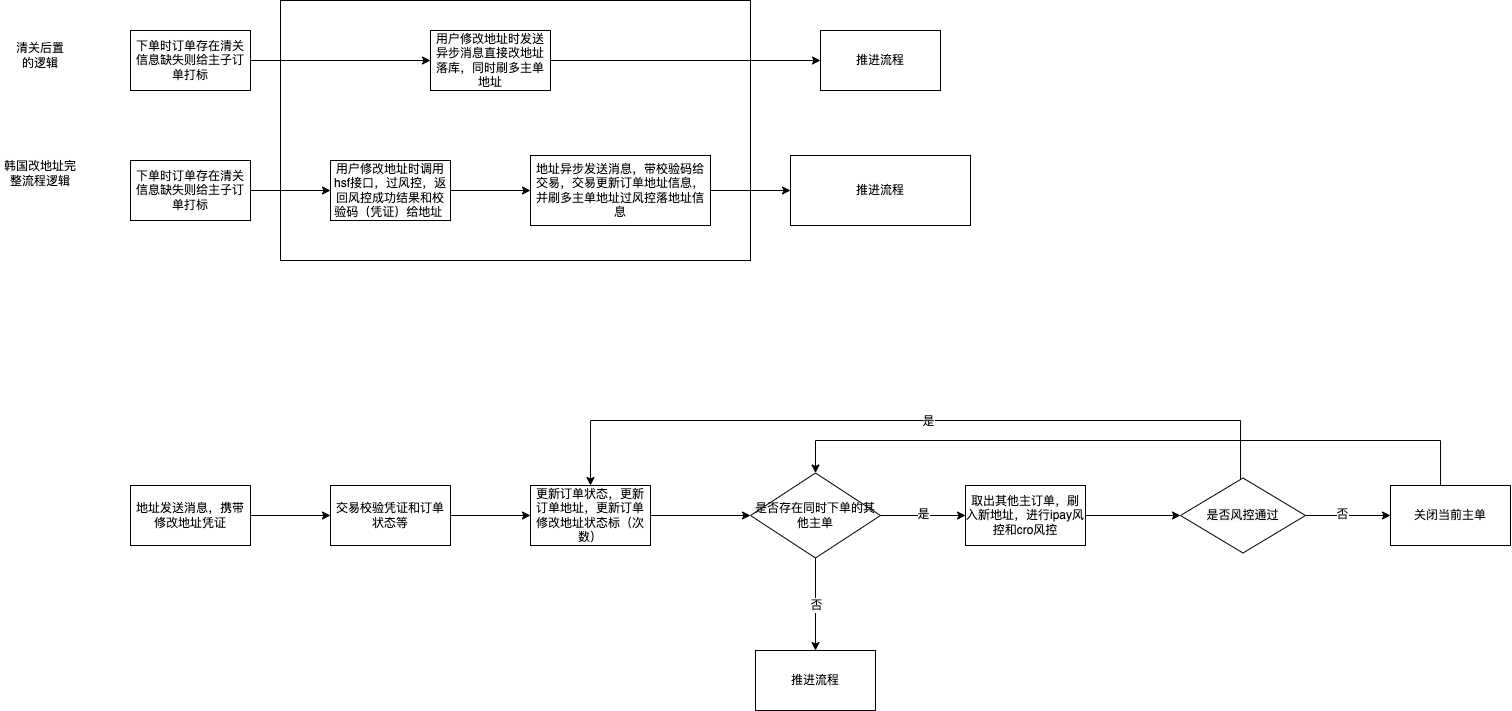
The draw.io diagram aliexpress/changeAddress.png in WAHAHA402/drawIoImages, before a commit. Source tidied: cells renumbered, new cells last; positions are measured from the earlier drawing's top-left corner, leaving out a move shared by most shapes.
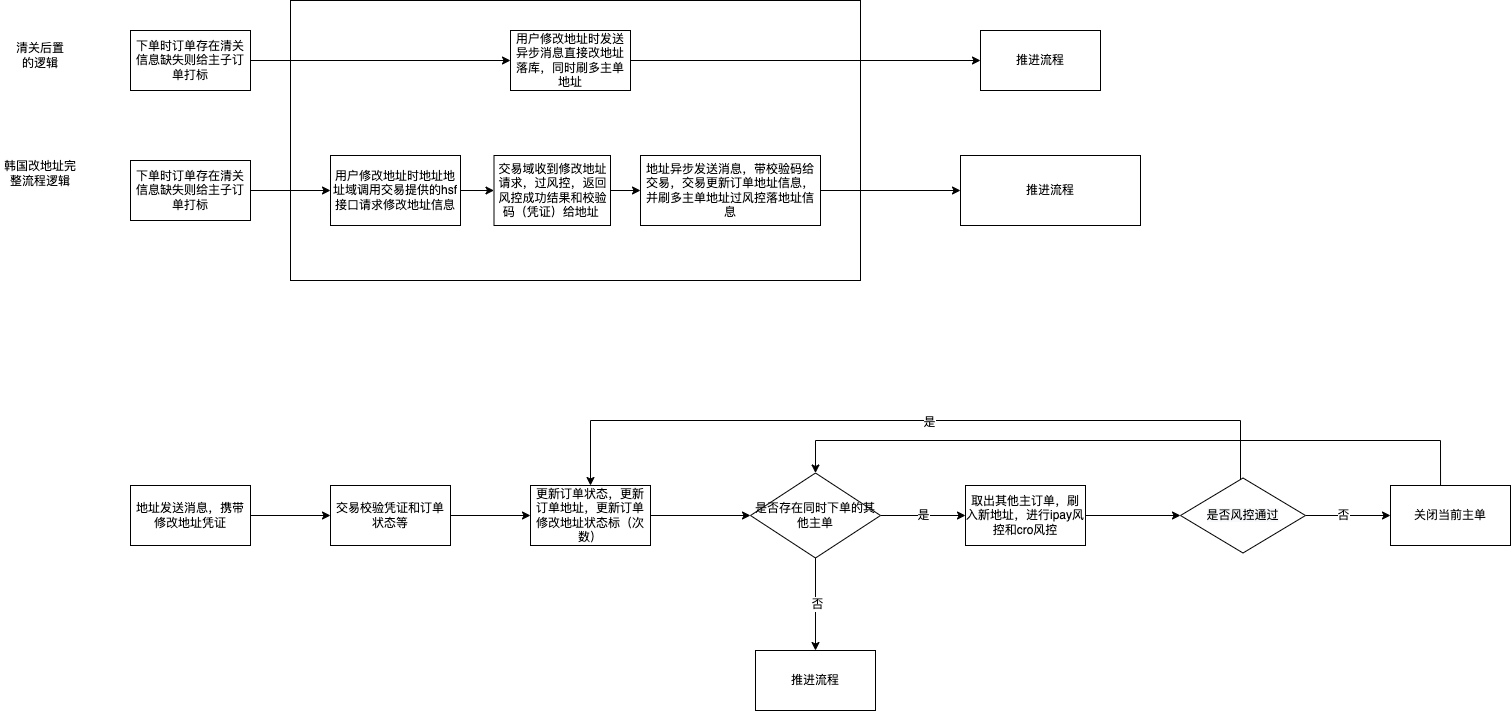
The same diagram one commit later.

Diff of the diagram source:
```diff
@@ -3,7 +3,7 @@
     <mxCell id="0" />
     <mxCell id="1" parent="0" />
     <mxCell id="2" style="rounded=0;whiteSpace=wrap;html=1;shadow=0;" parent="1" vertex="1">
-      <mxGeometry x="280" width="470" height="260" as="geometry" />
+      <mxGeometry x="290" width="570" height="280" as="geometry" />
     </mxCell>
     <mxCell id="3" style="edgeStyle=orthogonalEdgeStyle;rounded=0;jettySize=auto;html=1;" parent="1" edge="1" source="4" target="6">
       <mxGeometry relative="1" as="geometry" />
@@ -15,10 +15,10 @@
       <mxGeometry relative="1" as="geometry" />
     </mxCell>
     <mxCell id="6" value="&lt;div class=&quot;lake-content&quot;&gt;&lt;div class=&quot;lake-content&quot;&gt;&lt;span class=&quot;ne-text&quot;&gt;用户修改地址时发送异步消息直接改地址落库，同时刷多主单地址&lt;/span&gt;&lt;/div&gt;&lt;/div&gt;" style="rounded=0;whiteSpace=wrap;html=1;" parent="1" vertex="1">
-      <mxGeometry x="430" y="30" width="120" height="60" as="geometry" />
+      <mxGeometry x="510" y="30" width="120" height="60" as="geometry" />
     </mxCell>
     <mxCell id="7" value="&lt;div class=&quot;lake-content&quot;&gt;&lt;div class=&quot;lake-content&quot;&gt;推进流程&lt;/div&gt;&lt;/div&gt;" style="rounded=0;whiteSpace=wrap;html=1;" parent="1" vertex="1">
-      <mxGeometry x="820" y="30" width="120" height="60" as="geometry" />
+      <mxGeometry x="980" y="30" width="120" height="60" as="geometry" />
     </mxCell>
     <mxCell id="8" style="edgeStyle=orthogonalEdgeStyle;rounded=0;jettySize=auto;html=1;" parent="1" edge="1" source="9" target="11">
       <mxGeometry relative="1" as="geometry" />
@@ -26,20 +26,20 @@
     <mxCell id="9" value="&lt;div class=&quot;lake-content&quot;&gt;&lt;span class=&quot;ne-text&quot;&gt;下单时订单存在清关信息缺失则给主子订单打标&lt;/span&gt;&lt;/div&gt;" style="rounded=0;whiteSpace=wrap;html=1;" parent="1" vertex="1">
       <mxGeometry x="130" y="160" width="120" height="60" as="geometry" />
     </mxCell>
-    <mxCell id="10" style="edgeStyle=orthogonalEdgeStyle;rounded=0;jettySize=auto;html=1;" parent="1" edge="1" source="11" target="13">
-      <mxGeometry relative="1" as="geometry" />
-    </mxCell>
+    <mxCell id="38" style="edgeStyle=orthogonalEdgeStyle;rounded=0;jettySize=auto;html=1;entryX=0;entryY=0.5;entryDx=0;entryDy=0;" parent="1" edge="1" source="11" target="40">
+      <mxGeometry relative="1" as="geometry" />
+    </mxCell>
-    <mxCell id="11" value="&lt;div class=&quot;lake-content&quot;&gt;&lt;div class=&quot;lake-content&quot;&gt;&lt;div class=&quot;lake-content&quot;&gt;&lt;span class=&quot;ne-text&quot;&gt;用户修改地址时调用hsf接口，过风控，返回风控成功结果和校验码（凭证）给地址&amp;nbsp;&lt;/span&gt;&lt;/div&gt;&lt;/div&gt;&lt;/div&gt;" style="rounded=0;whiteSpace=wrap;html=1;" parent="1" vertex="1">
-      <mxGeometry x="330" y="160" width="120" height="60" as="geometry" />
+    <mxCell id="11" value="&lt;div class=&quot;lake-content&quot;&gt;&lt;div class=&quot;lake-content&quot;&gt;&lt;div class=&quot;lake-content&quot;&gt;&lt;span class=&quot;ne-text&quot;&gt;用户修改地址时地址地址域调用交易提供的hsf接口请求修改地址信息&lt;/span&gt;&lt;/div&gt;&lt;/div&gt;&lt;/div&gt;" style="rounded=0;whiteSpace=wrap;html=1;" parent="1" vertex="1">
+      <mxGeometry x="330" y="155" width="130" height="70" as="geometry" />
     </mxCell>
     <mxCell id="12" style="edgeStyle=orthogonalEdgeStyle;rounded=0;jettySize=auto;html=1;" parent="1" edge="1" source="13" target="14">
       <mxGeometry relative="1" as="geometry" />
     </mxCell>
     <mxCell id="13" value="&lt;div class=&quot;lake-content&quot;&gt;&lt;div class=&quot;lake-content&quot;&gt;&lt;div class=&quot;lake-content&quot;&gt;&lt;span class=&quot;ne-text&quot;&gt;地址异步发送消息，带校验码给交易，交易更新订单地址信息，并刷多主单地址过风控落地址信息&lt;/span&gt;&lt;/div&gt;&lt;/div&gt;&lt;/div&gt;" style="rounded=0;whiteSpace=wrap;html=1;" parent="1" vertex="1">
-      <mxGeometry x="530" y="155" width="180" height="70" as="geometry" />
+      <mxGeometry x="640" y="155" width="180" height="70" as="geometry" />
     </mxCell>
     <mxCell id="14" value="&lt;div class=&quot;lake-content&quot;&gt;&lt;div class=&quot;lake-content&quot;&gt;&lt;div class=&quot;lake-content&quot;&gt;&lt;span class=&quot;ne-text&quot;&gt;推进流程&lt;/span&gt;&lt;/div&gt;&lt;/div&gt;&lt;/div&gt;" style="rounded=0;whiteSpace=wrap;html=1;" parent="1" vertex="1">
-      <mxGeometry x="790" y="155" width="180" height="70" as="geometry" />
+      <mxGeometry x="960" y="155" width="180" height="70" as="geometry" />
     </mxCell>
     <mxCell id="15" value="清关后置的逻辑" style="text;html=1;strokeColor=none;fillColor=none;align=center;verticalAlign=middle;whiteSpace=wrap;rounded=0;shadow=0;" parent="1" vertex="1">
       <mxGeometry x="10" y="40" width="60" height="30" as="geometry" />
@@ -121,5 +121,11 @@
     <mxCell id="37" value="&lt;span&gt;关闭当前主单&lt;/span&gt;" style="rounded=0;whiteSpace=wrap;html=1;shadow=0;" parent="1" vertex="1">
       <mxGeometry x="1390" y="485" width="120" height="60" as="geometry" />
     </mxCell>
+    <mxCell id="39" style="edgeStyle=orthogonalEdgeStyle;rounded=0;jettySize=auto;html=1;entryX=0;entryY=0.5;entryDx=0;entryDy=0;" parent="1" edge="1" source="40" target="13">
+      <mxGeometry relative="1" as="geometry" />
+    </mxCell>
+    <mxCell id="40" value="&lt;div class=&quot;lake-content&quot;&gt;&lt;div class=&quot;lake-content&quot;&gt;&lt;div class=&quot;lake-content&quot;&gt;&lt;span class=&quot;ne-text&quot;&gt;交易域收到修改地址请求，过风控，返回风控成功结果和校验码（凭证）给地址&amp;nbsp;&lt;/span&gt;&lt;/div&gt;&lt;/div&gt;&lt;/div&gt;" style="rounded=0;whiteSpace=wrap;html=1;" parent="1" vertex="1">
+      <mxGeometry x="493.5" y="155" width="116.5" height="70" as="geometry" />
+    </mxCell>
   </root>
 </mxGraphModel>
```
